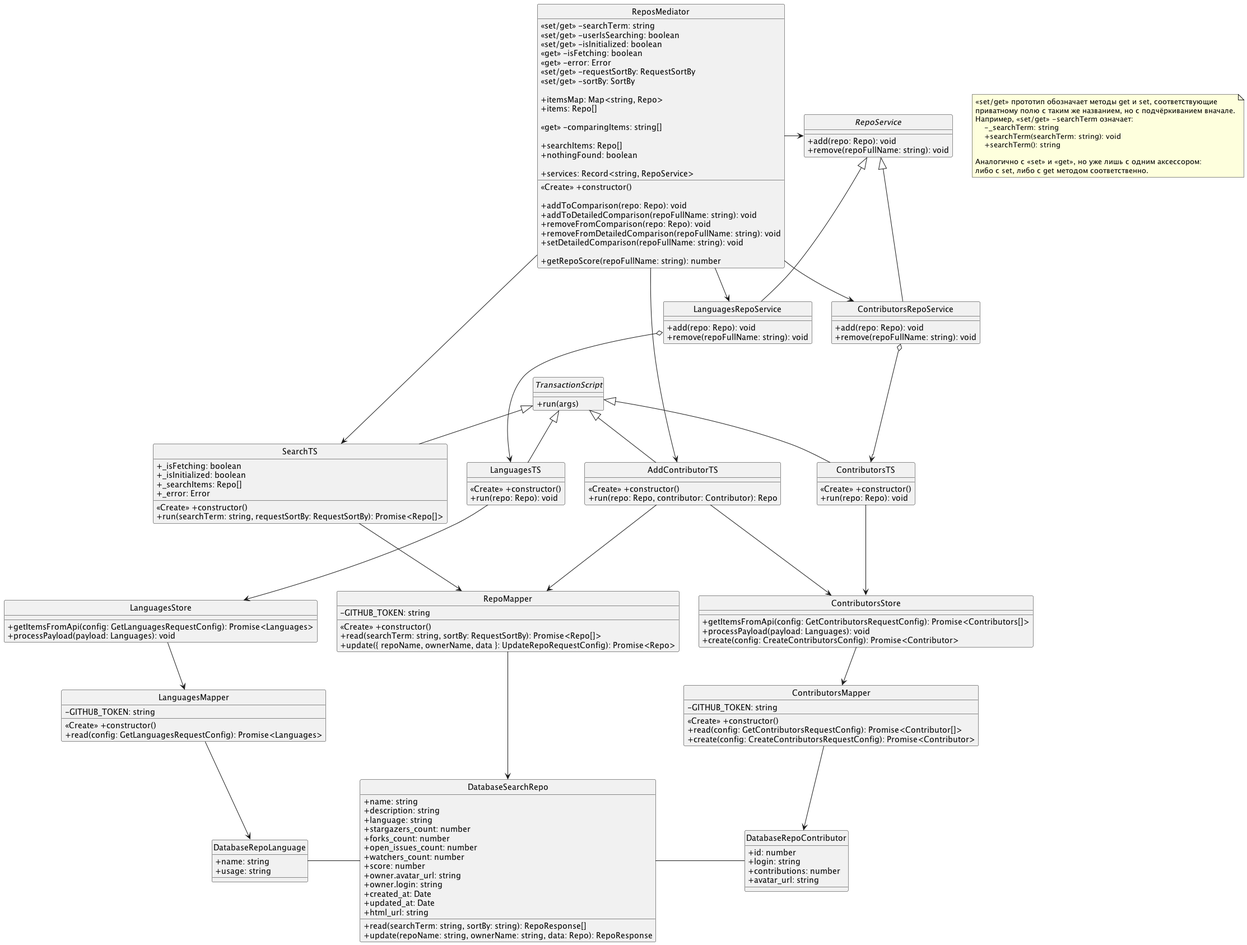
Earlier version of the PlantUML export docs/Classes_diagram.png (RepoAnalyzer/repolier-frontend).
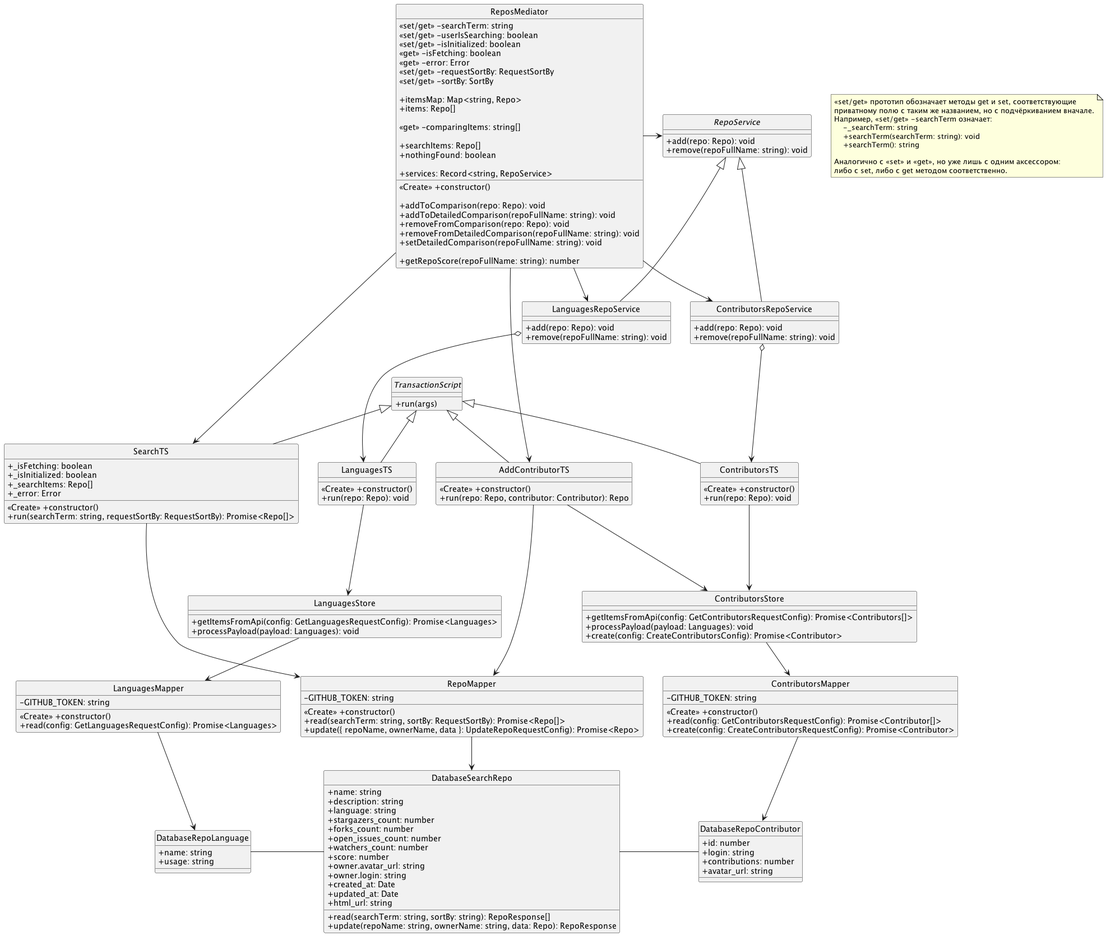
After the change.

Commit message:
docs(Classes_diagram): moved repoMapper lower to match layers structure

What changed in the source:
```diff
@@ -121,7 +121,7 @@
 
     ContributorsTS ---> ContributorsStore
     AddContributorTS ---> ContributorsStore
-    AddContributorTS ---> RepoMapper
+    AddContributorTS ----> RepoMapper
 
     LanguagesStore --> LanguagesMapper
     class LanguagesMapper {
@@ -131,7 +131,7 @@
         +read(config: GetLanguagesRequestConfig): Promise<Languages>
     }
 
-    SearchTS ---> RepoMapper
+    SearchTS ----> RepoMapper
     class RepoMapper {
         -GITHUB_TOKEN: string
 
@@ -139,7 +139,7 @@
         +read(searchTerm: string, sortBy: RequestSortBy): Promise<Repo[]>
         +update({ repoName, ownerName, data }: UpdateRepoRequestConfig): Promise<Repo>
     }
-    RepoMapper --> DatabaseSearchRepo
+    RepoMapper -> DatabaseSearchRepo
 
     ContributorsStore --> ContributorsMapper
     class ContributorsMapper {
```
